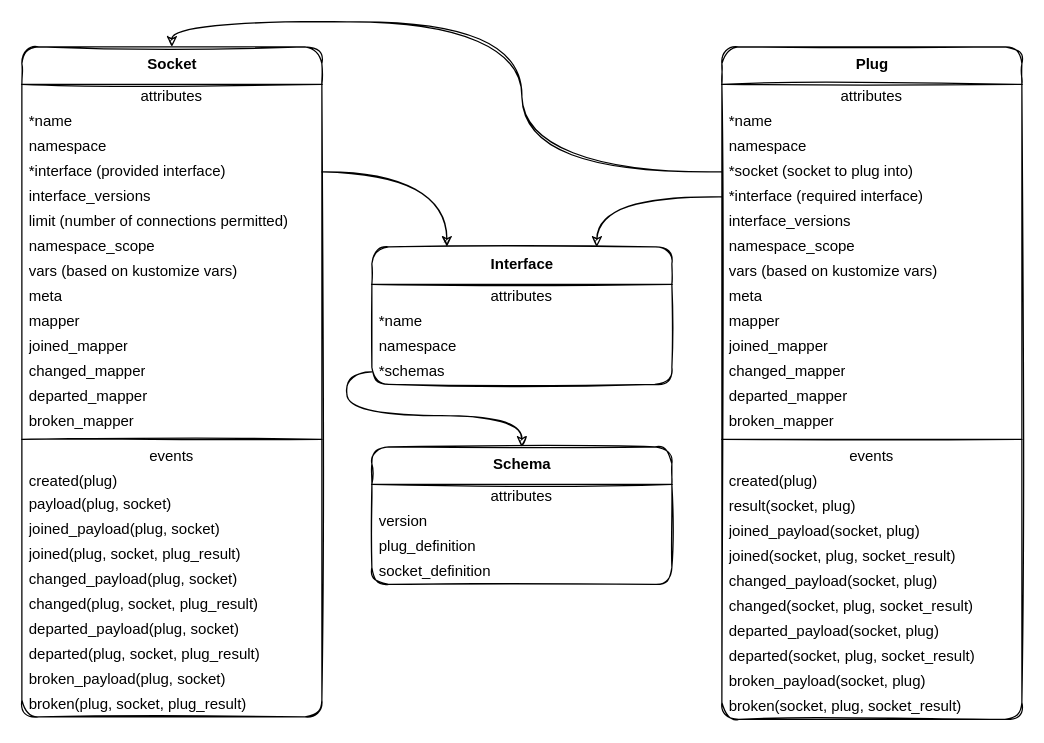
The draw.io diagram architecture-diagram.drawio in clayrisser/integration-operator, before the edit. Source tidied: cells renumbered, new cells numbered last; positions are measured from the earlier drawing's top-left corner, leaving out a move shared by most shapes. Both pictures are drawn from the tidied source at 125%, with x=0, y=0 at pixel (21, 46).
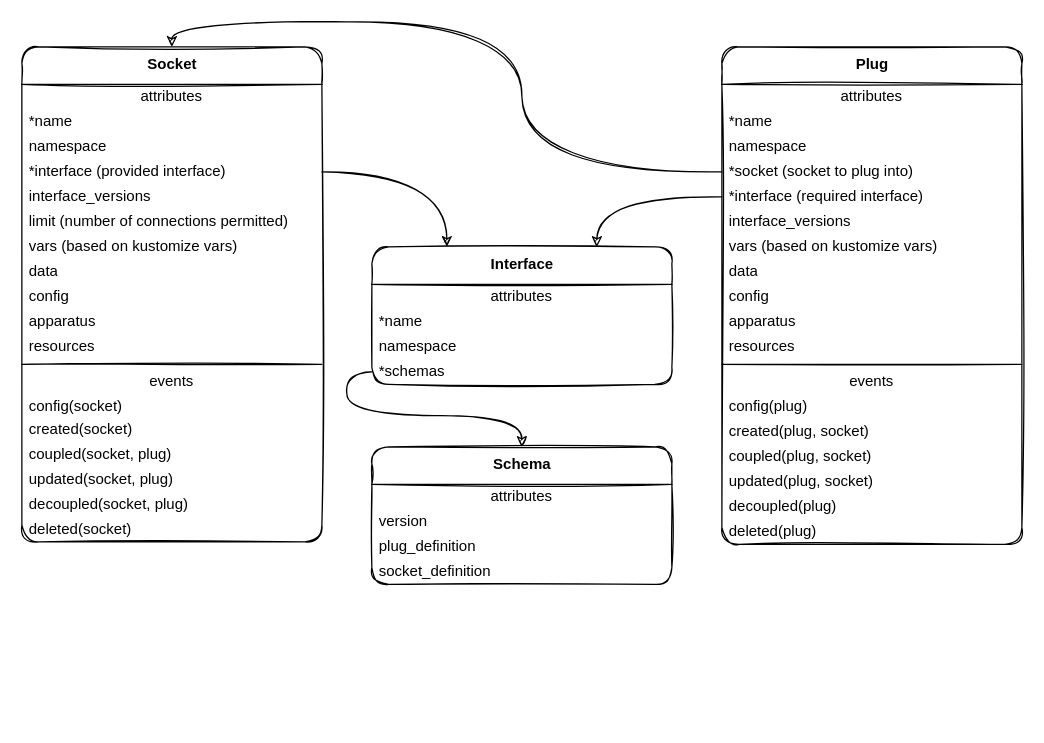
Above is the later version.

Diff of the diagram source:
```diff
@@
     <mxCell id="2" value="&lt;b&gt;Plug&lt;/b&gt;" style="swimlane;fontStyle=0;align=center;verticalAlign=top;horizontal=1;startSize=30;html=1;sketch=1;rounded=1;" parent="1" vertex="1">
-      <mxGeometry x="560" width="240" height="538" as="geometry" />
+      <mxGeometry x="560" width="240" height="398" as="geometry" />
     </mxCell>
@@
-    <mxCell id="9" value="namespace_scope" style="text;html=1;strokeColor=none;fillColor=none;align=left;verticalAlign=middle;spacingLeft=4;spacingRight=4;overflow=hidden;sketch=1;rounded=1;" parent="2" vertex="1">
-      <mxGeometry y="150" width="240" height="20" as="geometry" />
-    </mxCell>
     <mxCell id="10" value="vars (based on kustomize vars)" style="text;html=1;strokeColor=none;fillColor=none;align=left;verticalAlign=middle;spacingLeft=4;spacingRight=4;overflow=hidden;sketch=1;rounded=1;" parent="2" vertex="1">
-      <mxGeometry y="170" width="240" height="20" as="geometry" />
+      <mxGeometry y="150" width="240" height="20" as="geometry" />
     </mxCell>
+    <mxCell id="70" value="data" style="text;html=1;strokeColor=none;fillColor=none;align=left;verticalAlign=middle;spacingLeft=4;spacingRight=4;overflow=hidden;sketch=1;rounded=1;" parent="2" vertex="1">
+      <mxGeometry y="170" width="240" height="20" as="geometry" />
+    </mxCell>
-    <mxCell id="11" value="meta" style="text;html=1;strokeColor=none;fillColor=none;align=left;verticalAlign=middle;spacingLeft=4;spacingRight=4;overflow=hidden;sketch=1;rounded=1;" parent="2" vertex="1">
+    <mxCell id="11" value="config" style="text;html=1;strokeColor=none;fillColor=none;align=left;verticalAlign=middle;spacingLeft=4;spacingRight=4;overflow=hidden;sketch=1;rounded=1;" parent="2" vertex="1">
       <mxGeometry y="190" width="240" height="20" as="geometry" />
     </mxCell>
-    <mxCell id="12" value="mapper" style="text;html=1;strokeColor=none;fillColor=none;align=left;verticalAlign=middle;spacingLeft=4;spacingRight=4;overflow=hidden;sketch=1;rounded=1;" parent="2" vertex="1">
+    <mxCell id="12" value="apparatus" style="text;html=1;strokeColor=none;fillColor=none;align=left;verticalAlign=middle;spacingLeft=4;spacingRight=4;overflow=hidden;sketch=1;rounded=1;" parent="2" vertex="1">
       <mxGeometry y="210" width="240" height="20" as="geometry" />
     </mxCell>
-    <mxCell id="13" value="joined_mapper" style="text;html=1;strokeColor=none;fillColor=none;align=left;verticalAlign=middle;spacingLeft=4;spacingRight=4;overflow=hidden;sketch=1;rounded=1;" parent="2" vertex="1">
+    <mxCell id="13" value="resources" style="text;html=1;strokeColor=none;fillColor=none;align=left;verticalAlign=middle;spacingLeft=4;spacingRight=4;overflow=hidden;sketch=1;rounded=1;" parent="2" vertex="1">
       <mxGeometry y="230" width="240" height="20" as="geometry" />
     </mxCell>
-    <mxCell id="14" value="changed_mapper" style="text;html=1;strokeColor=none;fillColor=none;align=left;verticalAlign=middle;spacingLeft=4;spacingRight=4;overflow=hidden;sketch=1;rounded=1;" parent="2" vertex="1">
-      <mxGeometry y="250" width="240" height="20" as="geometry" />
-    </mxCell>
-    <mxCell id="15" value="departed_mapper" style="text;html=1;strokeColor=none;fillColor=none;align=left;verticalAlign=middle;spacingLeft=4;spacingRight=4;overflow=hidden;sketch=1;rounded=1;" parent="2" vertex="1">
-      <mxGeometry y="270" width="240" height="20" as="geometry" />
-    </mxCell>
-    <mxCell id="16" value="broken_mapper" style="text;html=1;strokeColor=none;fillColor=none;align=left;verticalAlign=middle;spacingLeft=4;spacingRight=4;overflow=hidden;sketch=1;rounded=1;" parent="2" vertex="1">
-      <mxGeometry y="290" width="240" height="20" as="geometry" />
-    </mxCell>
     <mxCell id="17" style="line;strokeWidth=1;fillColor=none;align=left;verticalAlign=middle;spacingTop=-1;spacingLeft=3;spacingRight=3;labelPosition=right;sketch=1;rounded=1;" parent="2" vertex="1">
-      <mxGeometry y="310" width="240" height="8" as="geometry" />
+      <mxGeometry y="250" width="240" height="8" as="geometry" />
     </mxCell>
     <mxCell id="18" value="events" style="text;html=1;strokeColor=none;fillColor=none;align=center;verticalAlign=middle;spacingLeft=4;spacingRight=4;overflow=hidden;sketch=1;rounded=1;" parent="2" vertex="1">
-      <mxGeometry y="318" width="240" height="20" as="geometry" />
+      <mxGeometry y="258" width="240" height="20" as="geometry" />
     </mxCell>
-    <mxCell id="19" value="created(plug)" style="text;html=1;strokeColor=none;fillColor=none;align=left;verticalAlign=middle;spacingLeft=4;spacingRight=4;overflow=hidden;sketch=1;rounded=1;" parent="2" vertex="1">
-      <mxGeometry y="338" width="240" height="20" as="geometry" />
+    <mxCell id="19" value="config(plug)" style="text;html=1;strokeColor=none;fillColor=none;align=left;verticalAlign=middle;spacingLeft=4;spacingRight=4;overflow=hidden;sketch=1;rounded=1;" parent="2" vertex="1">
+      <mxGeometry y="278" width="240" height="20" as="geometry" />
     </mxCell>
-    <mxCell id="20" value="result(socket, plug)" style="text;html=1;strokeColor=none;fillColor=none;align=left;verticalAlign=middle;spacingLeft=4;spacingRight=4;overflow=hidden;sketch=1;rounded=1;" parent="2" vertex="1">
-      <mxGeometry y="358" width="240" height="20" as="geometry" />
+    <mxCell id="20" value="created(plug, socket)" style="text;html=1;strokeColor=none;fillColor=none;align=left;verticalAlign=middle;spacingLeft=4;spacingRight=4;overflow=hidden;sketch=1;rounded=1;" parent="2" vertex="1">
+      <mxGeometry y="298" width="240" height="20" as="geometry" />
     </mxCell>
-    <mxCell id="21" value="joined_payload(socket, plug)" style="text;html=1;strokeColor=none;fillColor=none;align=left;verticalAlign=middle;spacingLeft=4;spacingRight=4;overflow=hidden;sketch=1;rounded=1;" parent="2" vertex="1">
-      <mxGeometry y="378" width="240" height="20" as="geometry" />
+    <mxCell id="21" value="coupled(plug, socket)" style="text;html=1;strokeColor=none;fillColor=none;align=left;verticalAlign=middle;spacingLeft=4;spacingRight=4;overflow=hidden;sketch=1;rounded=1;" parent="2" vertex="1">
+      <mxGeometry y="318" width="240" height="20" as="geometry" />
     </mxCell>
-    <mxCell id="22" value="joined(socket, plug, socket_result)" style="text;html=1;strokeColor=none;fillColor=none;align=left;verticalAlign=middle;spacingLeft=4;spacingRight=4;overflow=hidden;sketch=1;rounded=1;" parent="2" vertex="1">
-      <mxGeometry y="398" width="240" height="20" as="geometry" />
+    <mxCell id="22" value="updated(plug, socket)" style="text;html=1;strokeColor=none;fillColor=none;align=left;verticalAlign=middle;spacingLeft=4;spacingRight=4;overflow=hidden;sketch=1;rounded=1;" parent="2" vertex="1">
+      <mxGeometry y="338" width="240" height="20" as="geometry" />
     </mxCell>
-    <mxCell id="23" value="changed_payload(socket, plug)" style="text;html=1;strokeColor=none;fillColor=none;align=left;verticalAlign=middle;spacingLeft=4;spacingRight=4;overflow=hidden;sketch=1;rounded=1;" parent="2" vertex="1">
-      <mxGeometry y="418" width="240" height="20" as="geometry" />
+    <mxCell id="23" value="decoupled(plug)" style="text;html=1;strokeColor=none;fillColor=none;align=left;verticalAlign=middle;spacingLeft=4;spacingRight=4;overflow=hidden;sketch=1;rounded=1;" parent="2" vertex="1">
+      <mxGeometry y="358" width="240" height="20" as="geometry" />
     </mxCell>
-    <mxCell id="24" value="changed(socket, plug, socket_result)" style="text;html=1;strokeColor=none;fillColor=none;align=left;verticalAlign=middle;spacingLeft=4;spacingRight=4;overflow=hidden;sketch=1;rounded=1;" parent="2" vertex="1">
-      <mxGeometry y="438" width="240" height="20" as="geometry" />
+    <mxCell id="24" value="deleted(plug)" style="text;html=1;strokeColor=none;fillColor=none;align=left;verticalAlign=middle;spacingLeft=4;spacingRight=4;overflow=hidden;sketch=1;rounded=1;" parent="2" vertex="1">
+      <mxGeometry y="378" width="240" height="20" as="geometry" />
     </mxCell>
-    <mxCell id="25" value="departed_payload(socket, plug)" style="text;html=1;strokeColor=none;fillColor=none;align=left;verticalAlign=middle;spacingLeft=4;spacingRight=4;overflow=hidden;sketch=1;rounded=1;" parent="2" vertex="1">
-      <mxGeometry y="458" width="240" height="20" as="geometry" />
-    </mxCell>
-    <mxCell id="26" value="departed(socket, plug, socket_result)" style="text;html=1;strokeColor=none;fillColor=none;align=left;verticalAlign=middle;spacingLeft=4;spacingRight=4;overflow=hidden;sketch=1;rounded=1;" parent="2" vertex="1">
-      <mxGeometry y="478" width="240" height="20" as="geometry" />
-    </mxCell>
-    <mxCell id="27" value="broken_payload(socket, plug)" style="text;html=1;strokeColor=none;fillColor=none;align=left;verticalAlign=middle;spacingLeft=4;spacingRight=4;overflow=hidden;sketch=1;rounded=1;" parent="2" vertex="1">
-      <mxGeometry y="498" width="240" height="20" as="geometry" />
-    </mxCell>
-    <mxCell id="28" value="broken(socket, plug, socket_result)" style="text;html=1;strokeColor=none;fillColor=none;align=left;verticalAlign=middle;spacingLeft=4;spacingRight=4;overflow=hidden;sketch=1;rounded=1;" parent="2" vertex="1">
-      <mxGeometry y="518" width="240" height="20" as="geometry" />
-    </mxCell>
     <mxCell id="29" value="&lt;b&gt;Socket&lt;br&gt;&lt;/b&gt;" style="swimlane;fontStyle=0;align=center;verticalAlign=top;horizontal=1;startSize=30;html=1;sketch=1;rounded=1;" parent="1" vertex="1">
-      <mxGeometry width="240" height="536" as="geometry" />
+      <mxGeometry width="240" height="396" as="geometry" />
     </mxCell>
@@
-    <mxCell id="36" value="namespace_scope" style="text;html=1;strokeColor=none;fillColor=none;align=left;verticalAlign=middle;spacingLeft=4;spacingRight=4;overflow=hidden;sketch=1;rounded=1;" parent="29" vertex="1">
-      <mxGeometry y="150" width="240" height="20" as="geometry" />
-    </mxCell>
     <mxCell id="37" value="vars (based on kustomize vars)" style="text;html=1;strokeColor=none;fillColor=none;align=left;verticalAlign=middle;spacingLeft=4;spacingRight=4;overflow=hidden;sketch=1;rounded=1;" parent="29" vertex="1">
-      <mxGeometry y="170" width="240" height="20" as="geometry" />
+      <mxGeometry y="150" width="240" height="20" as="geometry" />
     </mxCell>
+    <mxCell id="71" value="data" style="text;html=1;strokeColor=none;fillColor=none;align=left;verticalAlign=middle;spacingLeft=4;spacingRight=4;overflow=hidden;sketch=1;rounded=1;" parent="29" vertex="1">
+      <mxGeometry y="170" width="240" height="20" as="geometry" />
+    </mxCell>
-    <mxCell id="38" value="meta" style="text;html=1;strokeColor=none;fillColor=none;align=left;verticalAlign=middle;spacingLeft=4;spacingRight=4;overflow=hidden;sketch=1;rounded=1;" parent="29" vertex="1">
+    <mxCell id="38" value="config" style="text;html=1;strokeColor=none;fillColor=none;align=left;verticalAlign=middle;spacingLeft=4;spacingRight=4;overflow=hidden;sketch=1;rounded=1;" parent="29" vertex="1">
       <mxGeometry y="190" width="240" height="20" as="geometry" />
     </mxCell>
-    <mxCell id="39" value="mapper" style="text;html=1;strokeColor=none;fillColor=none;align=left;verticalAlign=middle;spacingLeft=4;spacingRight=4;overflow=hidden;sketch=1;rounded=1;" parent="29" vertex="1">
-      <mxGeometry y="210" width="240" height="20" as="geometry" />
-    </mxCell>
-    <mxCell id="40" value="joined_mapper" style="text;html=1;strokeColor=none;fillColor=none;align=left;verticalAlign=middle;spacingLeft=4;spacingRight=4;overflow=hidden;sketch=1;rounded=1;" parent="29" vertex="1">
-      <mxGeometry y="230" width="240" height="20" as="geometry" />
-    </mxCell>
-    <mxCell id="41" value="changed_mapper" style="text;html=1;strokeColor=none;fillColor=none;align=left;verticalAlign=middle;spacingLeft=4;spacingRight=4;overflow=hidden;sketch=1;rounded=1;" parent="29" vertex="1">
-      <mxGeometry y="250" width="240" height="20" as="geometry" />
-    </mxCell>
-    <mxCell id="42" value="departed_mapper" style="text;html=1;strokeColor=none;fillColor=none;align=left;verticalAlign=middle;spacingLeft=4;spacingRight=4;overflow=hidden;sketch=1;rounded=1;" parent="29" vertex="1">
-      <mxGeometry y="270" width="240" height="20" as="geometry" />
-    </mxCell>
-    <mxCell id="43" value="broken_mapper" style="text;html=1;strokeColor=none;fillColor=none;align=left;verticalAlign=middle;spacingLeft=4;spacingRight=4;overflow=hidden;sketch=1;rounded=1;" parent="29" vertex="1">
-      <mxGeometry y="290" width="240" height="20" as="geometry" />
-    </mxCell>
+    <mxCell id="72" value="apparatus" style="text;html=1;strokeColor=none;fillColor=none;align=left;verticalAlign=middle;spacingLeft=4;spacingRight=4;overflow=hidden;sketch=1;rounded=1;" parent="29" vertex="1">
+      <mxGeometry y="210" width="240" height="20" as="geometry" />
+    </mxCell>
+    <mxCell id="73" value="resources" style="text;html=1;strokeColor=none;fillColor=none;align=left;verticalAlign=middle;spacingLeft=4;spacingRight=4;overflow=hidden;sketch=1;rounded=1;" parent="29" vertex="1">
+      <mxGeometry y="230" width="240" height="20" as="geometry" />
+    </mxCell>
     <mxCell id="44" style="line;strokeWidth=1;fillColor=none;align=left;verticalAlign=middle;spacingTop=-1;spacingLeft=3;spacingRight=3;labelPosition=right;sketch=1;rounded=1;" parent="29" vertex="1">
-      <mxGeometry y="310" width="240" height="8" as="geometry" />
+      <mxGeometry y="250" width="240" height="8" as="geometry" />
     </mxCell>
     <mxCell id="45" value="events" style="text;html=1;strokeColor=none;fillColor=none;align=center;verticalAlign=middle;spacingLeft=4;spacingRight=4;overflow=hidden;sketch=1;rounded=1;" parent="29" vertex="1">
-      <mxGeometry y="318" width="240" height="20" as="geometry" />
+      <mxGeometry y="258" width="240" height="20" as="geometry" />
     </mxCell>
-    <mxCell id="46" value="created(plug)" style="text;html=1;strokeColor=none;fillColor=none;align=left;verticalAlign=middle;spacingLeft=4;spacingRight=4;overflow=hidden;sketch=1;rounded=1;" parent="29" vertex="1">
-      <mxGeometry y="338" width="240" height="18" as="geometry" />
-    </mxCell>
+    <mxCell id="74" value="config(socket)" style="text;html=1;strokeColor=none;fillColor=none;align=left;verticalAlign=middle;spacingLeft=4;spacingRight=4;overflow=hidden;sketch=1;rounded=1;" parent="29" vertex="1">
+      <mxGeometry y="278" width="240" height="18" as="geometry" />
+    </mxCell>
+    <mxCell id="48" value="created(socket)" style="text;html=1;strokeColor=none;fillColor=none;align=left;verticalAlign=middle;spacingLeft=4;spacingRight=4;overflow=hidden;sketch=1;rounded=1;" parent="29" vertex="1">
+      <mxGeometry y="296" width="240" height="20" as="geometry" />
+    </mxCell>
-    <mxCell id="47" value="payload(plug, socket)" style="text;html=1;strokeColor=none;fillColor=none;align=left;verticalAlign=middle;spacingLeft=4;spacingRight=4;overflow=hidden;sketch=1;rounded=1;" parent="29" vertex="1">
-      <mxGeometry y="356" width="240" height="20" as="geometry" />
+    <mxCell id="47" value="coupled(socket, plug)" style="text;html=1;strokeColor=none;fillColor=none;align=left;verticalAlign=middle;spacingLeft=4;spacingRight=4;overflow=hidden;sketch=1;rounded=1;" parent="29" vertex="1">
+      <mxGeometry y="316" width="240" height="20" as="geometry" />
     </mxCell>
-    <mxCell id="48" value="joined_payload(plug, socket)" style="text;html=1;strokeColor=none;fillColor=none;align=left;verticalAlign=middle;spacingLeft=4;spacingRight=4;overflow=hidden;sketch=1;rounded=1;" parent="29" vertex="1">
-      <mxGeometry y="376" width="240" height="20" as="geometry" />
-    </mxCell>
+    <mxCell id="51" value="updated(socket, plug)" style="text;html=1;strokeColor=none;fillColor=none;align=left;verticalAlign=middle;spacingLeft=4;spacingRight=4;overflow=hidden;sketch=1;rounded=1;" parent="29" vertex="1">
+      <mxGeometry y="336" width="240" height="20" as="geometry" />
+    </mxCell>
-    <mxCell id="49" value="joined(plug, socket, plug_result)" style="text;html=1;strokeColor=none;fillColor=none;align=left;verticalAlign=middle;spacingLeft=4;spacingRight=4;overflow=hidden;sketch=1;rounded=1;" parent="29" vertex="1">
-      <mxGeometry y="396" width="240" height="20" as="geometry" />
+    <mxCell id="49" value="decoupled(socket, plug)" style="text;html=1;strokeColor=none;fillColor=none;align=left;verticalAlign=middle;spacingLeft=4;spacingRight=4;overflow=hidden;sketch=1;rounded=1;" parent="29" vertex="1">
+      <mxGeometry y="356" width="240" height="20" as="geometry" />
     </mxCell>
-    <mxCell id="50" value="changed_payload(plug, socket)" style="text;html=1;strokeColor=none;fillColor=none;align=left;verticalAlign=middle;spacingLeft=4;spacingRight=4;overflow=hidden;sketch=1;rounded=1;" parent="29" vertex="1">
-      <mxGeometry y="416" width="240" height="20" as="geometry" />
+    <mxCell id="50" value="deleted(socket)" style="text;html=1;strokeColor=none;fillColor=none;align=left;verticalAlign=middle;spacingLeft=4;spacingRight=4;overflow=hidden;sketch=1;rounded=1;" parent="29" vertex="1">
+      <mxGeometry y="376" width="240" height="20" as="geometry" />
     </mxCell>
-    <mxCell id="51" value="changed(plug, socket, plug_result)" style="text;html=1;strokeColor=none;fillColor=none;align=left;verticalAlign=middle;spacingLeft=4;spacingRight=4;overflow=hidden;sketch=1;rounded=1;" parent="29" vertex="1">
-      <mxGeometry y="436" width="240" height="20" as="geometry" />
-    </mxCell>
-    <mxCell id="52" value="departed_payload(plug, socket)" style="text;html=1;strokeColor=none;fillColor=none;align=left;verticalAlign=middle;spacingLeft=4;spacingRight=4;overflow=hidden;sketch=1;rounded=1;" parent="29" vertex="1">
-      <mxGeometry y="456" width="240" height="20" as="geometry" />
-    </mxCell>
-    <mxCell id="53" value="departed(plug, socket, plug_result)" style="text;html=1;strokeColor=none;fillColor=none;align=left;verticalAlign=middle;spacingLeft=4;spacingRight=4;overflow=hidden;sketch=1;rounded=1;" parent="29" vertex="1">
-      <mxGeometry y="476" width="240" height="20" as="geometry" />
-    </mxCell>
-    <mxCell id="54" value="broken_payload(plug, socket)" style="text;html=1;strokeColor=none;fillColor=none;align=left;verticalAlign=middle;spacingLeft=4;spacingRight=4;overflow=hidden;sketch=1;rounded=1;" parent="29" vertex="1">
-      <mxGeometry y="496" width="240" height="20" as="geometry" />
-    </mxCell>
-    <mxCell id="55" value="broken(plug, socket, plug_result)" style="text;html=1;strokeColor=none;fillColor=none;align=left;verticalAlign=middle;spacingLeft=4;spacingRight=4;overflow=hidden;sketch=1;rounded=1;" parent="29" vertex="1">
-      <mxGeometry y="516" width="240" height="20" as="geometry" />
-    </mxCell>
```
